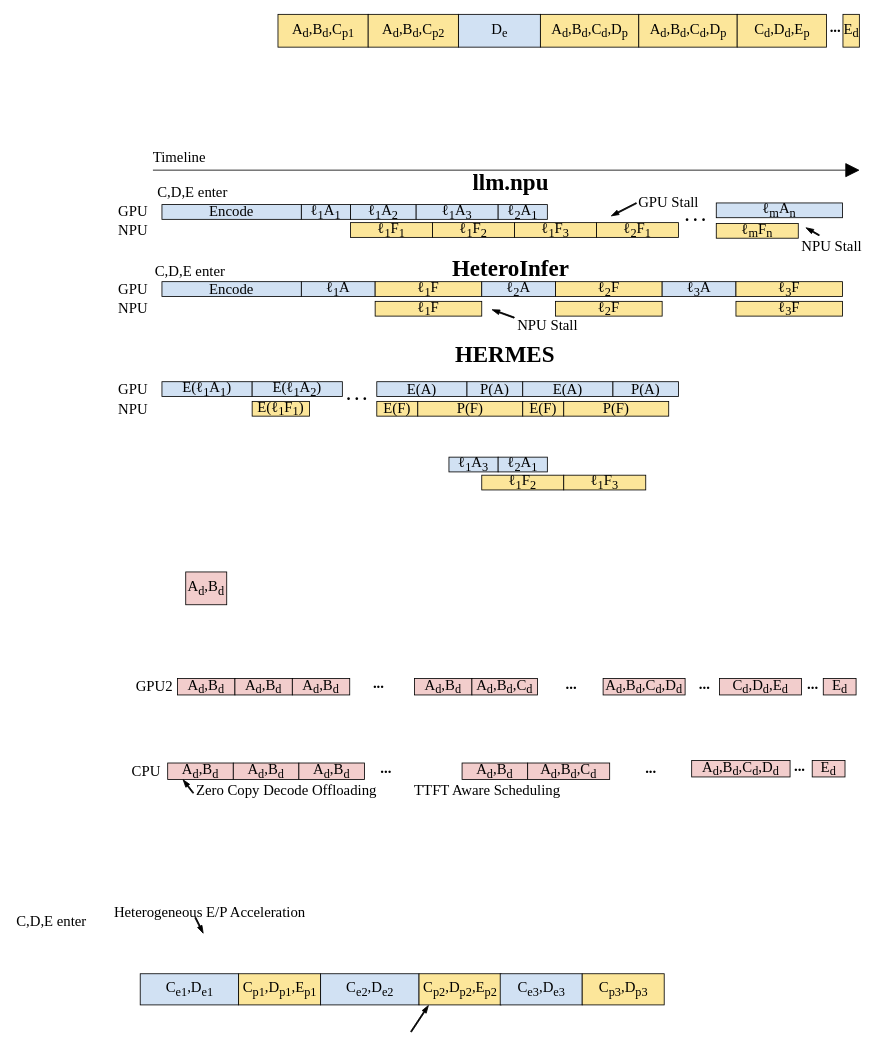
Above: figures/pipeline_new.drawio in icszhr/hermes (draw.io), before the change. Source tidied: cells renumbered, new cells numbered last; positions are measured from the earlier drawing's top-left corner, leaving out a move shared by most shapes. Both pictures are drawn from the tidied source at 82%, with x=0, y=0 at pixel (14, 14).
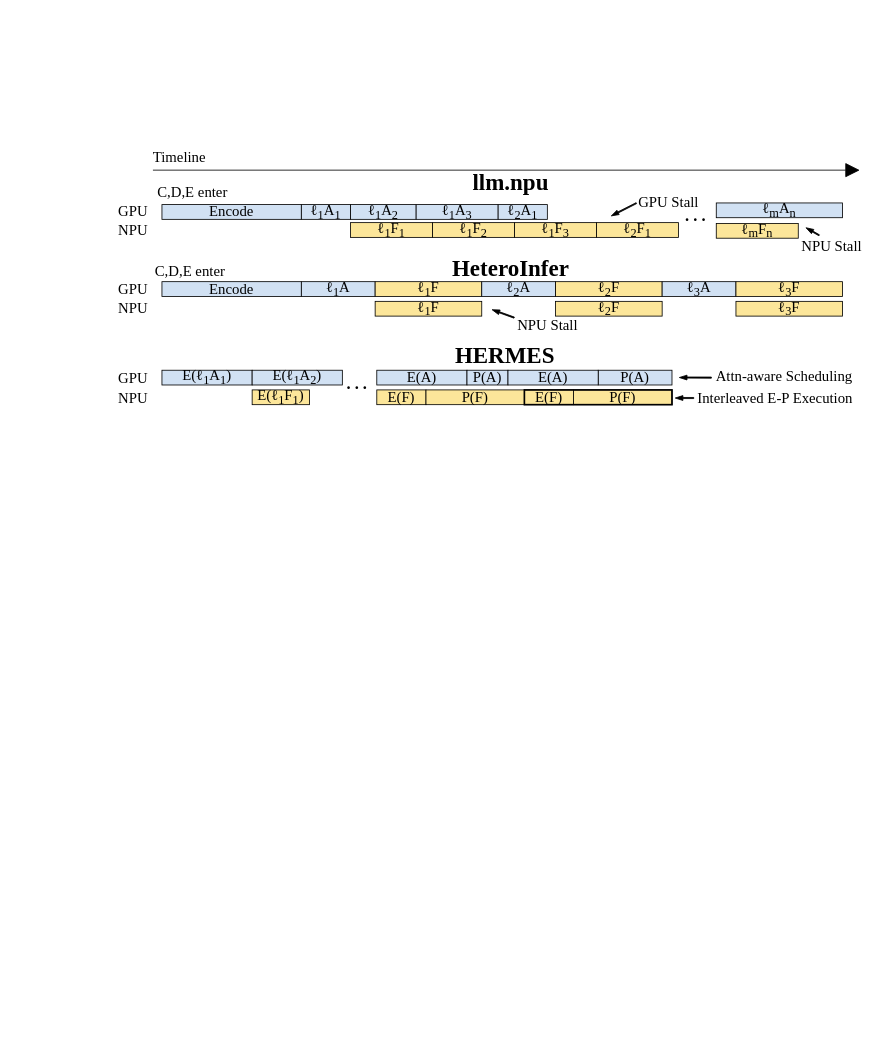
After the change.

What changed in the source:
```diff
@@
-    <mxCell id="2" value="A&lt;font&gt;&lt;sub&gt;d&lt;/sub&gt;&lt;/font&gt;,B&lt;sub&gt;d&lt;/sub&gt;" style="rounded=0;whiteSpace=wrap;html=1;fillColor=light-dark(#f2cdcc, #50302f);fontFamily=Times New Roman;fontSize=18;" parent="1" vertex="1">
-      <mxGeometry x="209" y="680" width="50" height="40" as="geometry" />
-    </mxCell>
@@
-    <mxCell id="5" value="A&lt;sub&gt;d&lt;/sub&gt;,B&lt;sub&gt;d&lt;/sub&gt;,C&lt;sub&gt;p1&lt;/sub&gt;" style="rounded=0;whiteSpace=wrap;html=1;fillColor=light-dark(#fce69a, #50302f);fontFamily=Times New Roman;fontSize=18;" parent="1" vertex="1">
-      <mxGeometry x="321.5" width="110" height="40" as="geometry" />
-    </mxCell>
-    <mxCell id="6" value="D&lt;sub&gt;e&lt;/sub&gt;" style="rounded=0;whiteSpace=wrap;html=1;fillColor=#D1E1F3;fontFamily=Times New Roman;fontSize=18;" parent="1" vertex="1">
-      <mxGeometry x="541.5" width="100" height="40" as="geometry" />
-    </mxCell>
-    <mxCell id="7" value="A&lt;sub&gt;d&lt;/sub&gt;,B&lt;sub&gt;d&lt;/sub&gt;,C&lt;sub&gt;d&lt;/sub&gt;,D&lt;sub&gt;p&lt;/sub&gt;" style="rounded=0;whiteSpace=wrap;html=1;fillColor=light-dark(#fce69a, #50302f);fontFamily=Times New Roman;fontSize=18;" parent="1" vertex="1">
-      <mxGeometry x="641.5" width="120" height="40" as="geometry" />
-    </mxCell>
-    <mxCell id="8" value="E&lt;sub&gt;d&lt;/sub&gt;" style="rounded=0;whiteSpace=wrap;html=1;fillColor=light-dark(#fce69a, #50302f);fontFamily=Times New Roman;fontSize=18;" parent="1" vertex="1">
-      <mxGeometry x="1010.5" width="20" height="40" as="geometry" />
-    </mxCell>
-    <mxCell id="9" value="A&lt;sub&gt;d&lt;/sub&gt;,B&lt;sub&gt;d&lt;/sub&gt;" style="rounded=0;whiteSpace=wrap;html=1;fillColor=#F2CDCC;fontFamily=Times New Roman;fontSize=18;" parent="1" vertex="1">
-      <mxGeometry x="199" y="810" width="70" height="20" as="geometry" />
-    </mxCell>
-    <mxCell id="10" value="A&lt;sub&gt;d&lt;/sub&gt;,B&lt;sub&gt;d&lt;/sub&gt;" style="rounded=0;whiteSpace=wrap;html=1;fillColor=#F2CDCC;fontFamily=Times New Roman;fontSize=18;" parent="1" vertex="1">
-      <mxGeometry x="488" y="810" width="70" height="20" as="geometry" />
-    </mxCell>
-    <mxCell id="11" value="A&lt;sub&gt;d&lt;/sub&gt;,B&lt;sub&gt;d&lt;/sub&gt;,C&lt;sub&gt;d&lt;/sub&gt;" style="rounded=0;whiteSpace=wrap;html=1;fillColor=#F2CDCC;fontFamily=Times New Roman;fontSize=18;" parent="1" vertex="1">
-      <mxGeometry x="558" y="810" width="80" height="20" as="geometry" />
-    </mxCell>
-    <mxCell id="12" value="A&lt;sub&gt;d&lt;/sub&gt;,B&lt;sub&gt;d&lt;/sub&gt;,C&lt;sub&gt;d&lt;/sub&gt;,D&lt;sub&gt;d&lt;/sub&gt;" style="rounded=0;whiteSpace=wrap;html=1;fillColor=#F2CDCC;fontFamily=Times New Roman;fontSize=18;" parent="1" vertex="1">
-      <mxGeometry x="718" y="810" width="100" height="20" as="geometry" />
-    </mxCell>
-    <mxCell id="13" value="A&lt;sub&gt;d&lt;/sub&gt;,B&lt;sub&gt;d&lt;/sub&gt;,C&lt;sub&gt;p2&lt;/sub&gt;" style="rounded=0;whiteSpace=wrap;html=1;fillColor=light-dark(#fce69a, #50302f);fontFamily=Times New Roman;fontSize=18;" parent="1" vertex="1">
-      <mxGeometry x="431.5" width="110" height="40" as="geometry" />
-    </mxCell>
@@
-    <mxCell id="15" value="A&lt;sub&gt;d&lt;/sub&gt;,B&lt;sub&gt;d&lt;/sub&gt;" style="rounded=0;whiteSpace=wrap;html=1;fillColor=#F2CDCC;fontFamily=Times New Roman;fontSize=18;" parent="1" vertex="1">
-      <mxGeometry x="269" y="810" width="70" height="20" as="geometry" />
-    </mxCell>
-    <mxCell id="16" value="&lt;font face=&quot;Times New Roman&quot;&gt;&lt;b&gt;...&lt;/b&gt;&lt;/font&gt;" style="text;html=1;whiteSpace=wrap;strokeColor=none;fillColor=none;align=center;verticalAlign=middle;rounded=0;fontSize=18;" parent="1" vertex="1">
-      <mxGeometry x="431.5" y="811" width="25" height="10" as="geometry" />
-    </mxCell>
-    <mxCell id="17" value="&lt;font face=&quot;Times New Roman&quot;&gt;&lt;b&gt;...&lt;/b&gt;&lt;/font&gt;" style="text;html=1;whiteSpace=wrap;strokeColor=none;fillColor=none;align=center;verticalAlign=middle;rounded=0;fontSize=18;" parent="1" vertex="1">
-      <mxGeometry x="965" y="812" width="18" height="10" as="geometry" />
-    </mxCell>
-    <mxCell id="18" value="&lt;font face=&quot;Times New Roman&quot;&gt;&lt;b&gt;...&lt;/b&gt;&lt;/font&gt;" style="text;html=1;whiteSpace=wrap;strokeColor=none;fillColor=none;align=center;verticalAlign=middle;rounded=0;fontSize=18;" parent="1" vertex="1">
-      <mxGeometry x="988.5" y="10.5" width="25" height="10" as="geometry" />
-    </mxCell>
     <mxCell id="19" value="&lt;b&gt;HERMES&lt;/b&gt;" style="text;html=1;align=center;verticalAlign=middle;whiteSpace=wrap;rounded=0;fontFamily=Times New Roman;fontSize=28;" parent="1" vertex="1">
-      <mxGeometry x="493.5" y="400" width="209" height="30" as="geometry" />
+      <mxGeometry x="493.5" y="401" width="209" height="30" as="geometry" />
     </mxCell>
-    <mxCell id="20" value="C,D,E enter" style="text;html=1;align=center;verticalAlign=middle;whiteSpace=wrap;rounded=0;fontFamily=Times New Roman;fontSize=18;" parent="1" vertex="1">
-      <mxGeometry y="1091" width="91" height="30" as="geometry" />
-    </mxCell>
-    <mxCell id="21" value="&lt;span style=&quot;text-align: left;&quot;&gt;Zero Copy Decode Offloading&lt;/span&gt;" style="text;html=1;align=center;verticalAlign=middle;whiteSpace=wrap;rounded=0;fontFamily=Times New Roman;fontSize=18;" parent="1" vertex="1">
-      <mxGeometry x="215.5" y="937.5" width="231.5" height="16" as="geometry" />
-    </mxCell>
-    <mxCell id="22" value="E&lt;sub&gt;d&lt;/sub&gt;" style="rounded=0;whiteSpace=wrap;html=1;fillColor=#F2CDCC;fontFamily=Times New Roman;fontSize=18;" parent="1" vertex="1">
-      <mxGeometry x="986.5" y="810" width="40" height="20" as="geometry" />
-    </mxCell>
-    <mxCell id="23" value="A&lt;sub&gt;d&lt;/sub&gt;,B&lt;sub&gt;d&lt;/sub&gt;" style="rounded=0;whiteSpace=wrap;html=1;fillColor=#F2CDCC;fontFamily=Times New Roman;fontSize=18;" parent="1" vertex="1">
-      <mxGeometry x="339" y="810" width="70" height="20" as="geometry" />
-    </mxCell>
@@
-    <mxCell id="28" value="A&lt;sub&gt;d&lt;/sub&gt;,B&lt;sub&gt;d&lt;/sub&gt;,C&lt;sub&gt;d&lt;/sub&gt;,D&lt;sub&gt;p&lt;/sub&gt;" style="rounded=0;whiteSpace=wrap;html=1;fillColor=light-dark(#fce69a, #50302f);fontFamily=Times New Roman;fontSize=18;" parent="1" vertex="1">
-      <mxGeometry x="761.5" width="120" height="40" as="geometry" />
-    </mxCell>
-    <mxCell id="29" value="C&lt;sub&gt;d&lt;/sub&gt;,D&lt;sub&gt;d&lt;/sub&gt;,E&lt;sub&gt;p&lt;/sub&gt;" style="rounded=0;whiteSpace=wrap;html=1;fillColor=light-dark(#fce69a, #50302f);fontFamily=Times New Roman;fontSize=18;" parent="1" vertex="1">
-      <mxGeometry x="881.5" width="109" height="40" as="geometry" />
-    </mxCell>
-    <mxCell id="30" value="&lt;font face=&quot;Times New Roman&quot;&gt;&lt;b&gt;...&lt;/b&gt;&lt;/font&gt;" style="text;html=1;whiteSpace=wrap;strokeColor=none;fillColor=none;align=center;verticalAlign=middle;rounded=0;fontSize=18;" parent="1" vertex="1">
-      <mxGeometry x="667" y="812" width="25" height="10" as="geometry" />
-    </mxCell>
-    <mxCell id="31" value="C&lt;sub&gt;d&lt;/sub&gt;,D&lt;sub&gt;d&lt;/sub&gt;,E&lt;sub&gt;d&lt;/sub&gt;" style="rounded=0;whiteSpace=wrap;html=1;fillColor=#F2CDCC;fontFamily=Times New Roman;fontSize=18;" parent="1" vertex="1">
-      <mxGeometry x="860" y="810" width="100" height="20" as="geometry" />
-    </mxCell>
-    <mxCell id="32" value="&lt;font face=&quot;Times New Roman&quot;&gt;&lt;b&gt;...&lt;/b&gt;&lt;/font&gt;" style="text;html=1;whiteSpace=wrap;strokeColor=none;fillColor=none;align=center;verticalAlign=middle;rounded=0;fontSize=18;" parent="1" vertex="1">
-      <mxGeometry x="832.5" y="812" width="18" height="10" as="geometry" />
-    </mxCell>
     <mxCell id="33" value="GPU" style="text;html=1;align=center;verticalAlign=middle;whiteSpace=wrap;rounded=0;fontFamily=Times New Roman;fontSize=18;" parent="1" vertex="1">
-      <mxGeometry x="119.5" y="448" width="50" height="20" as="geometry" />
+      <mxGeometry x="119.5" y="434" width="50" height="20" as="geometry" />
     </mxCell>
     <mxCell id="34" value="NPU" style="text;html=1;align=center;verticalAlign=middle;whiteSpace=wrap;rounded=0;fontFamily=Times New Roman;fontSize=18;" parent="1" vertex="1">
-      <mxGeometry x="119.5" y="472" width="50" height="20" as="geometry" />
+      <mxGeometry x="119.5" y="458" width="50" height="20" as="geometry" />
     </mxCell>
-    <mxCell id="35" value="CPU" style="text;html=1;align=center;verticalAlign=middle;whiteSpace=wrap;rounded=0;fontFamily=Times New Roman;fontSize=18;" parent="1" vertex="1">
-      <mxGeometry x="135.5" y="913" width="50" height="20" as="geometry" />
-    </mxCell>
-    <mxCell id="36" value="GPU2" style="text;html=1;align=center;verticalAlign=middle;whiteSpace=wrap;rounded=0;fontFamily=Times New Roman;fontSize=18;" parent="1" vertex="1">
-      <mxGeometry x="145.5" y="810" width="50" height="20" as="geometry" />
-    </mxCell>
-    <mxCell id="37" value="C&lt;sub&gt;e1&lt;/sub&gt;,D&lt;sub&gt;e1&lt;/sub&gt;" style="rounded=0;whiteSpace=wrap;html=1;fillColor=#D1E1F3;fontFamily=Times New Roman;fontSize=18;" parent="1" vertex="1">
-      <mxGeometry x="153.5" y="1170" width="120" height="38" as="geometry" />
-    </mxCell>
-    <mxCell id="38" value="A&lt;sub&gt;d&lt;/sub&gt;,B&lt;sub&gt;d&lt;/sub&gt;" style="rounded=0;whiteSpace=wrap;html=1;fillColor=#F2CDCC;fontFamily=Times New Roman;fontSize=18;" parent="1" vertex="1">
-      <mxGeometry x="187" y="913" width="80" height="20" as="geometry" />
-    </mxCell>
-    <mxCell id="39" value="A&lt;sub&gt;d&lt;/sub&gt;,B&lt;sub&gt;d&lt;/sub&gt;" style="rounded=0;whiteSpace=wrap;html=1;fillColor=#F2CDCC;fontFamily=Times New Roman;fontSize=18;" parent="1" vertex="1">
-      <mxGeometry x="546" y="913" width="80" height="20" as="geometry" />
-    </mxCell>
-    <mxCell id="40" value="A&lt;sub&gt;d&lt;/sub&gt;,B&lt;sub&gt;d&lt;/sub&gt;,C&lt;sub&gt;d&lt;/sub&gt;" style="rounded=0;whiteSpace=wrap;html=1;fillColor=#F2CDCC;fontFamily=Times New Roman;fontSize=18;" parent="1" vertex="1">
-      <mxGeometry x="626" y="913" width="100" height="20" as="geometry" />
-    </mxCell>
-    <mxCell id="41" value="A&lt;sub&gt;d&lt;/sub&gt;,B&lt;sub&gt;d&lt;/sub&gt;,C&lt;sub&gt;d&lt;/sub&gt;,D&lt;sub&gt;d&lt;/sub&gt;" style="rounded=0;whiteSpace=wrap;html=1;fillColor=#F2CDCC;fontFamily=Times New Roman;fontSize=18;" parent="1" vertex="1">
-      <mxGeometry x="826" y="910" width="120" height="20" as="geometry" />
-    </mxCell>
-    <mxCell id="42" value="A&lt;sub&gt;d&lt;/sub&gt;,B&lt;sub&gt;d&lt;/sub&gt;" style="rounded=0;whiteSpace=wrap;html=1;fillColor=#F2CDCC;fontFamily=Times New Roman;fontSize=18;" parent="1" vertex="1">
-      <mxGeometry x="267" y="913" width="80" height="20" as="geometry" />
-    </mxCell>
-    <mxCell id="43" value="&lt;font face=&quot;Times New Roman&quot;&gt;&lt;b&gt;...&lt;/b&gt;&lt;/font&gt;" style="text;html=1;whiteSpace=wrap;strokeColor=none;fillColor=none;align=center;verticalAlign=middle;rounded=0;fontSize=18;" parent="1" vertex="1">
-      <mxGeometry x="441.3" y="915" width="25" height="10" as="geometry" />
-    </mxCell>
-    <mxCell id="44" value="E&lt;sub&gt;d&lt;/sub&gt;" style="rounded=0;whiteSpace=wrap;html=1;fillColor=#F2CDCC;fontFamily=Times New Roman;fontSize=18;" parent="1" vertex="1">
-      <mxGeometry x="973" y="910" width="40" height="20" as="geometry" />
-    </mxCell>
-    <mxCell id="45" value="A&lt;sub&gt;d&lt;/sub&gt;,B&lt;sub&gt;d&lt;/sub&gt;" style="rounded=0;whiteSpace=wrap;html=1;fillColor=#F2CDCC;fontFamily=Times New Roman;fontSize=18;" parent="1" vertex="1">
-      <mxGeometry x="347" y="913" width="80" height="20" as="geometry" />
-    </mxCell>
-    <mxCell id="46" value="&lt;font face=&quot;Times New Roman&quot;&gt;&lt;b&gt;...&lt;/b&gt;&lt;/font&gt;" style="text;html=1;whiteSpace=wrap;strokeColor=none;fillColor=none;align=center;verticalAlign=middle;rounded=0;fontSize=18;" parent="1" vertex="1">
-      <mxGeometry x="763.5" y="915" width="25" height="10" as="geometry" />
-    </mxCell>
-    <mxCell id="47" value="&lt;font face=&quot;Times New Roman&quot;&gt;&lt;b&gt;...&lt;/b&gt;&lt;/font&gt;" style="text;html=1;whiteSpace=wrap;strokeColor=none;fillColor=none;align=center;verticalAlign=middle;rounded=0;fontSize=18;" parent="1" vertex="1">
-      <mxGeometry x="948.6" y="912" width="18" height="10" as="geometry" />
-    </mxCell>
-    <mxCell id="48" style="shape=flexArrow;endArrow=classic;html=1;rounded=0;width=1.3333333333333333;endSize=2.7739776951672868;endWidth=3.543990086741016;fillColor=#000000;" parent="1" edge="1">
-      <mxGeometry relative="1" as="geometry">
-        <mxPoint x="218.5" y="950" as="sourcePoint" />
-        <mxPoint x="205.5" y="933" as="targetPoint" />
-      </mxGeometry>
-    </mxCell>
-    <mxCell id="49" value="C&lt;sub&gt;p1&lt;/sub&gt;,D&lt;sub&gt;p1&lt;/sub&gt;,E&lt;sub&gt;p1&lt;/sub&gt;" style="rounded=0;whiteSpace=wrap;html=1;fillColor=light-dark(#fce69a, #222f3f);fontFamily=Times New Roman;fontSize=18;" parent="1" vertex="1">
-      <mxGeometry x="273.5" y="1170" width="100" height="38" as="geometry" />
-    </mxCell>
-    <mxCell id="50" value="C&lt;sub&gt;e2&lt;/sub&gt;,D&lt;sub&gt;e2&lt;/sub&gt;" style="rounded=0;whiteSpace=wrap;html=1;fillColor=#D1E1F3;fontFamily=Times New Roman;fontSize=18;" parent="1" vertex="1">
-      <mxGeometry x="373.5" y="1170" width="120" height="38" as="geometry" />
-    </mxCell>
-    <mxCell id="51" value="C&lt;sub&gt;p2&lt;/sub&gt;,D&lt;sub&gt;p2&lt;/sub&gt;,E&lt;sub&gt;p2&lt;/sub&gt;" style="rounded=0;whiteSpace=wrap;html=1;fillColor=light-dark(#fce69a, #222f3f);fontFamily=Times New Roman;fontSize=18;" parent="1" vertex="1">
-      <mxGeometry x="493.5" y="1170" width="100" height="38" as="geometry" />
-    </mxCell>
-    <mxCell id="52" value="C&lt;sub&gt;e3&lt;/sub&gt;,D&lt;sub&gt;e3&lt;/sub&gt;" style="rounded=0;whiteSpace=wrap;html=1;fillColor=#D1E1F3;fontFamily=Times New Roman;fontSize=18;" parent="1" vertex="1">
-      <mxGeometry x="592.5" y="1170" width="100" height="38" as="geometry" />
-    </mxCell>
-    <mxCell id="53" value="C&lt;sub&gt;p3&lt;/sub&gt;,D&lt;sub&gt;p3&lt;/sub&gt;" style="rounded=0;whiteSpace=wrap;html=1;fillColor=light-dark(#fce69a, #222f3f);fontFamily=Times New Roman;fontSize=18;" parent="1" vertex="1">
-      <mxGeometry x="692.5" y="1170" width="100" height="38" as="geometry" />
-    </mxCell>
-    <mxCell id="54" value="Heterogeneous E/P Acceleration" style="text;html=1;align=center;verticalAlign=middle;whiteSpace=wrap;rounded=0;fontFamily=Times New Roman;fontSize=18;" parent="1" vertex="1">
-      <mxGeometry x="116.2" y="1080" width="244.8" height="29" as="geometry" />
-    </mxCell>
@@
-    <mxCell id="56" style="shape=flexArrow;endArrow=classic;html=1;rounded=0;width=1.3333333333333333;endSize=2.7739776951672868;endWidth=3.543990086741016;fillColor=#000000;" parent="1" edge="1">
-      <mxGeometry relative="1" as="geometry">
-        <mxPoint x="220.5" y="1101" as="sourcePoint" />
-        <mxPoint x="230.5" y="1121" as="targetPoint" />
-      </mxGeometry>
-    </mxCell>
-    <mxCell id="57" value="&lt;div style=&quot;text-align: left;&quot;&gt;&lt;span style=&quot;background-color: transparent; color: light-dark(rgb(0, 0, 0), rgb(255, 255, 255));&quot;&gt;TTFT Aware Scheduling&lt;/span&gt;&lt;/div&gt;" style="text;html=1;align=center;verticalAlign=middle;whiteSpace=wrap;rounded=0;fontFamily=Times New Roman;fontSize=18;" parent="1" vertex="1">
-      <mxGeometry x="461.3" y="940.5" width="231.5" height="13" as="geometry" />
-    </mxCell>
-    <mxCell id="58" style="shape=flexArrow;endArrow=classic;html=1;rounded=0;width=1.3333333333333333;endSize=2.7739776951672868;endWidth=3.543990086741016;fillColor=#000000;entryX=0.117;entryY=1.008;entryDx=0;entryDy=0;entryPerimeter=0;" parent="1" edge="1" target="51">
-      <mxGeometry relative="1" as="geometry">
-        <mxPoint x="483.5" y="1241.2" as="sourcePoint" />
-      </mxGeometry>
-    </mxCell>
@@
     <mxCell id="77" value="E(F)" style="rounded=0;whiteSpace=wrap;html=1;fillColor=light-dark(#fce69a, #222f3f);fontFamily=Times New Roman;fontSize=18;" parent="1" vertex="1">
-      <mxGeometry x="442" y="472" width="50" height="18" as="geometry" />
+      <mxGeometry x="442" y="458" width="60" height="18" as="geometry" />
     </mxCell>
-    <mxCell id="78" value="&lt;font&gt;ℓ&lt;/font&gt;&lt;sub&gt;1&lt;/sub&gt;F&lt;sub&gt;2&lt;/sub&gt;" style="rounded=0;whiteSpace=wrap;html=1;fillColor=light-dark(#fce69a, #222f3f);fontFamily=Times New Roman;fontSize=18;" parent="1" vertex="1">
-      <mxGeometry x="570" y="562" width="100" height="18" as="geometry" />
-    </mxCell>
-    <mxCell id="79" value="&lt;font&gt;ℓ&lt;/font&gt;&lt;sub&gt;1&lt;/sub&gt;F&lt;sub&gt;3&lt;/sub&gt;" style="rounded=0;whiteSpace=wrap;html=1;fillColor=light-dark(#fce69a, #222f3f);fontFamily=Times New Roman;fontSize=18;" parent="1" vertex="1">
-      <mxGeometry x="670" y="562" width="100" height="18" as="geometry" />
-    </mxCell>
     <mxCell id="80" value="&lt;font&gt;E(ℓ&lt;/font&gt;&lt;sub&gt;1&lt;/sub&gt;A&lt;sub&gt;1&lt;/sub&gt;)" style="rounded=0;whiteSpace=wrap;html=1;fillColor=#D1E1F3;fontFamily=Times New Roman;fontSize=18;" parent="1" vertex="1">
-      <mxGeometry x="180" y="448" width="110" height="18" as="geometry" />
+      <mxGeometry x="180" y="434" width="110" height="18" as="geometry" />
     </mxCell>
-    <mxCell id="81" value="&lt;font&gt;ℓ&lt;/font&gt;&lt;sub&gt;1&lt;/sub&gt;A&lt;sub&gt;3&lt;/sub&gt;" style="rounded=0;whiteSpace=wrap;html=1;fillColor=#D1E1F3;fontFamily=Times New Roman;fontSize=18;" parent="1" vertex="1">
-      <mxGeometry x="530" y="540" width="60" height="18" as="geometry" />
-    </mxCell>
-    <mxCell id="82" value="&lt;font&gt;ℓ&lt;/font&gt;&lt;sub&gt;2&lt;/sub&gt;A&lt;sub&gt;1&lt;/sub&gt;" style="rounded=0;whiteSpace=wrap;html=1;fillColor=#D1E1F3;fontFamily=Times New Roman;fontSize=18;" parent="1" vertex="1">
-      <mxGeometry x="590" y="540" width="60" height="18" as="geometry" />
-    </mxCell>
     <mxCell id="83" value="P(F)" style="rounded=0;whiteSpace=wrap;html=1;fillColor=light-dark(#fce69a, #222f3f);fontFamily=Times New Roman;fontSize=18;" parent="1" vertex="1">
-      <mxGeometry x="492" y="472" width="128" height="18" as="geometry" />
+      <mxGeometry x="502" y="458" width="120" height="18" as="geometry" />
     </mxCell>
@@
     <mxCell id="92" value="E(ℓ&lt;sub&gt;1&lt;/sub&gt;F&lt;sub&gt;1&lt;/sub&gt;)" style="rounded=0;whiteSpace=wrap;html=1;fillColor=light-dark(#fce69a, #222f3f);fontFamily=Times New Roman;fontSize=18;" parent="1" vertex="1">
-      <mxGeometry x="290" y="472" width="70" height="18" as="geometry" />
+      <mxGeometry x="290" y="458" width="70" height="18" as="geometry" />
     </mxCell>
     <mxCell id="93" value="&lt;font&gt;E(ℓ&lt;/font&gt;&lt;sub&gt;1&lt;/sub&gt;A&lt;sub&gt;2&lt;/sub&gt;)" style="rounded=0;whiteSpace=wrap;html=1;fillColor=#D1E1F3;fontFamily=Times New Roman;fontSize=18;" parent="1" vertex="1">
-      <mxGeometry x="290" y="448" width="110" height="18" as="geometry" />
+      <mxGeometry x="290" y="434" width="110" height="18" as="geometry" />
     </mxCell>
     <mxCell id="94" value="&lt;b&gt;&lt;font face=&quot;Times New Roman&quot;&gt;. . .&lt;/font&gt;&lt;/b&gt;" style="text;html=1;whiteSpace=wrap;strokeColor=none;fillColor=none;align=center;verticalAlign=middle;rounded=0;fontSize=20;" parent="1" vertex="1">
-      <mxGeometry x="398" y="452" width="40" height="22" as="geometry" />
+      <mxGeometry x="398" y="438" width="40" height="22" as="geometry" />
     </mxCell>
     <mxCell id="95" value="&lt;font&gt;E(A&lt;/font&gt;)" style="rounded=0;whiteSpace=wrap;html=1;fillColor=#D1E1F3;fontFamily=Times New Roman;fontSize=18;" parent="1" vertex="1">
-      <mxGeometry x="442" y="448" width="110" height="18" as="geometry" />
+      <mxGeometry x="442" y="434" width="110" height="18" as="geometry" />
     </mxCell>
     <mxCell id="96" value="&lt;font&gt;P(A&lt;/font&gt;)" style="rounded=0;whiteSpace=wrap;html=1;fillColor=#D1E1F3;fontFamily=Times New Roman;fontSize=18;" parent="1" vertex="1">
-      <mxGeometry x="552" y="448" width="68" height="18" as="geometry" />
+      <mxGeometry x="552" y="434" width="50" height="18" as="geometry" />
     </mxCell>
-    <mxCell id="97" value="E(F)" style="rounded=0;whiteSpace=wrap;html=1;fillColor=light-dark(#fce69a, #222f3f);fontFamily=Times New Roman;fontSize=18;" parent="1" vertex="1">
-      <mxGeometry x="620" y="472" width="50" height="18" as="geometry" />
-    </mxCell>
-    <mxCell id="98" value="P(F)" style="rounded=0;whiteSpace=wrap;html=1;fillColor=light-dark(#fce69a, #222f3f);fontFamily=Times New Roman;fontSize=18;" parent="1" vertex="1">
-      <mxGeometry x="670" y="472" width="128" height="18" as="geometry" />
-    </mxCell>
-    <mxCell id="99" value="&lt;font&gt;E(A&lt;/font&gt;)" style="rounded=0;whiteSpace=wrap;html=1;fillColor=#D1E1F3;fontFamily=Times New Roman;fontSize=18;" parent="1" vertex="1">
-      <mxGeometry x="620" y="448" width="110" height="18" as="geometry" />
-    </mxCell>
-    <mxCell id="100" value="&lt;font&gt;P(A&lt;/font&gt;)" style="rounded=0;whiteSpace=wrap;html=1;fillColor=#D1E1F3;fontFamily=Times New Roman;fontSize=18;" parent="1" vertex="1">
-      <mxGeometry x="730" y="448" width="80" height="18" as="geometry" />
-    </mxCell>
@@
+    <mxCell id="100" value="&lt;font&gt;P(A&lt;/font&gt;)" style="rounded=0;whiteSpace=wrap;html=1;fillColor=#D1E1F3;fontFamily=Times New Roman;fontSize=18;" parent="1" vertex="1">
+      <mxGeometry x="712" y="434" width="90" height="18" as="geometry" />
+    </mxCell>
+    <mxCell id="98" value="P(F)" style="rounded=0;whiteSpace=wrap;html=1;fillColor=light-dark(#fce69a, #222f3f);fontFamily=Times New Roman;fontSize=18;" parent="1" vertex="1">
+      <mxGeometry x="682" y="458" width="120" height="18" as="geometry" />
+    </mxCell>
+    <mxCell id="97" value="E(F)" style="rounded=0;whiteSpace=wrap;html=1;fillColor=light-dark(#fce69a, #222f3f);fontFamily=Times New Roman;fontSize=18;" parent="1" vertex="1">
+      <mxGeometry x="622" y="458" width="60" height="18" as="geometry" />
+    </mxCell>
+    <mxCell id="99" value="&lt;font&gt;E(A&lt;/font&gt;)" style="rounded=0;whiteSpace=wrap;html=1;fillColor=#D1E1F3;fontFamily=Times New Roman;fontSize=18;" parent="1" vertex="1">
+      <mxGeometry x="602" y="434" width="110" height="18" as="geometry" />
+    </mxCell>
+    <mxCell id="105" value="Interleaved E-P Execution" style="text;html=1;align=center;verticalAlign=middle;whiteSpace=wrap;rounded=0;fontFamily=Times New Roman;fontSize=18;" parent="1" vertex="1">
+      <mxGeometry x="828" y="461" width="200" height="13" as="geometry" />
+    </mxCell>
+    <mxCell id="106" value="Attn-aware&amp;nbsp;Scheduling" style="text;html=1;align=center;verticalAlign=middle;whiteSpace=wrap;rounded=0;fontFamily=Times New Roman;fontSize=18;" parent="1" vertex="1">
+      <mxGeometry x="850" y="437" width="178" height="10" as="geometry" />
+    </mxCell>
+    <mxCell id="107" style="rounded=0;whiteSpace=wrap;html=1;fillColor=none;strokeWidth=2;" parent="1" vertex="1">
+      <mxGeometry x="622" y="458" width="180" height="18" as="geometry" />
+    </mxCell>
+    <mxCell id="108" style="shape=flexArrow;endArrow=classic;html=1;rounded=0;width=1.3333333333333333;endSize=2.7739776951672868;endWidth=3.543990086741016;fillColor=#000000;" parent="1" edge="1">
+      <mxGeometry relative="1" as="geometry">
+        <mxPoint x="829" y="467.9" as="sourcePoint" />
+        <mxPoint x="805.5" y="467.9" as="targetPoint" />
+      </mxGeometry>
+    </mxCell>
+    <mxCell id="109" style="shape=flexArrow;endArrow=classic;html=1;rounded=0;width=1.3333333333333333;endSize=2.7739776951672868;endWidth=3.543990086741016;fillColor=#000000;" parent="1" edge="1">
+      <mxGeometry relative="1" as="geometry">
+        <mxPoint x="850.5" y="443" as="sourcePoint" />
+        <mxPoint x="810.5" y="442.9" as="targetPoint" />
+      </mxGeometry>
+    </mxCell>
```
